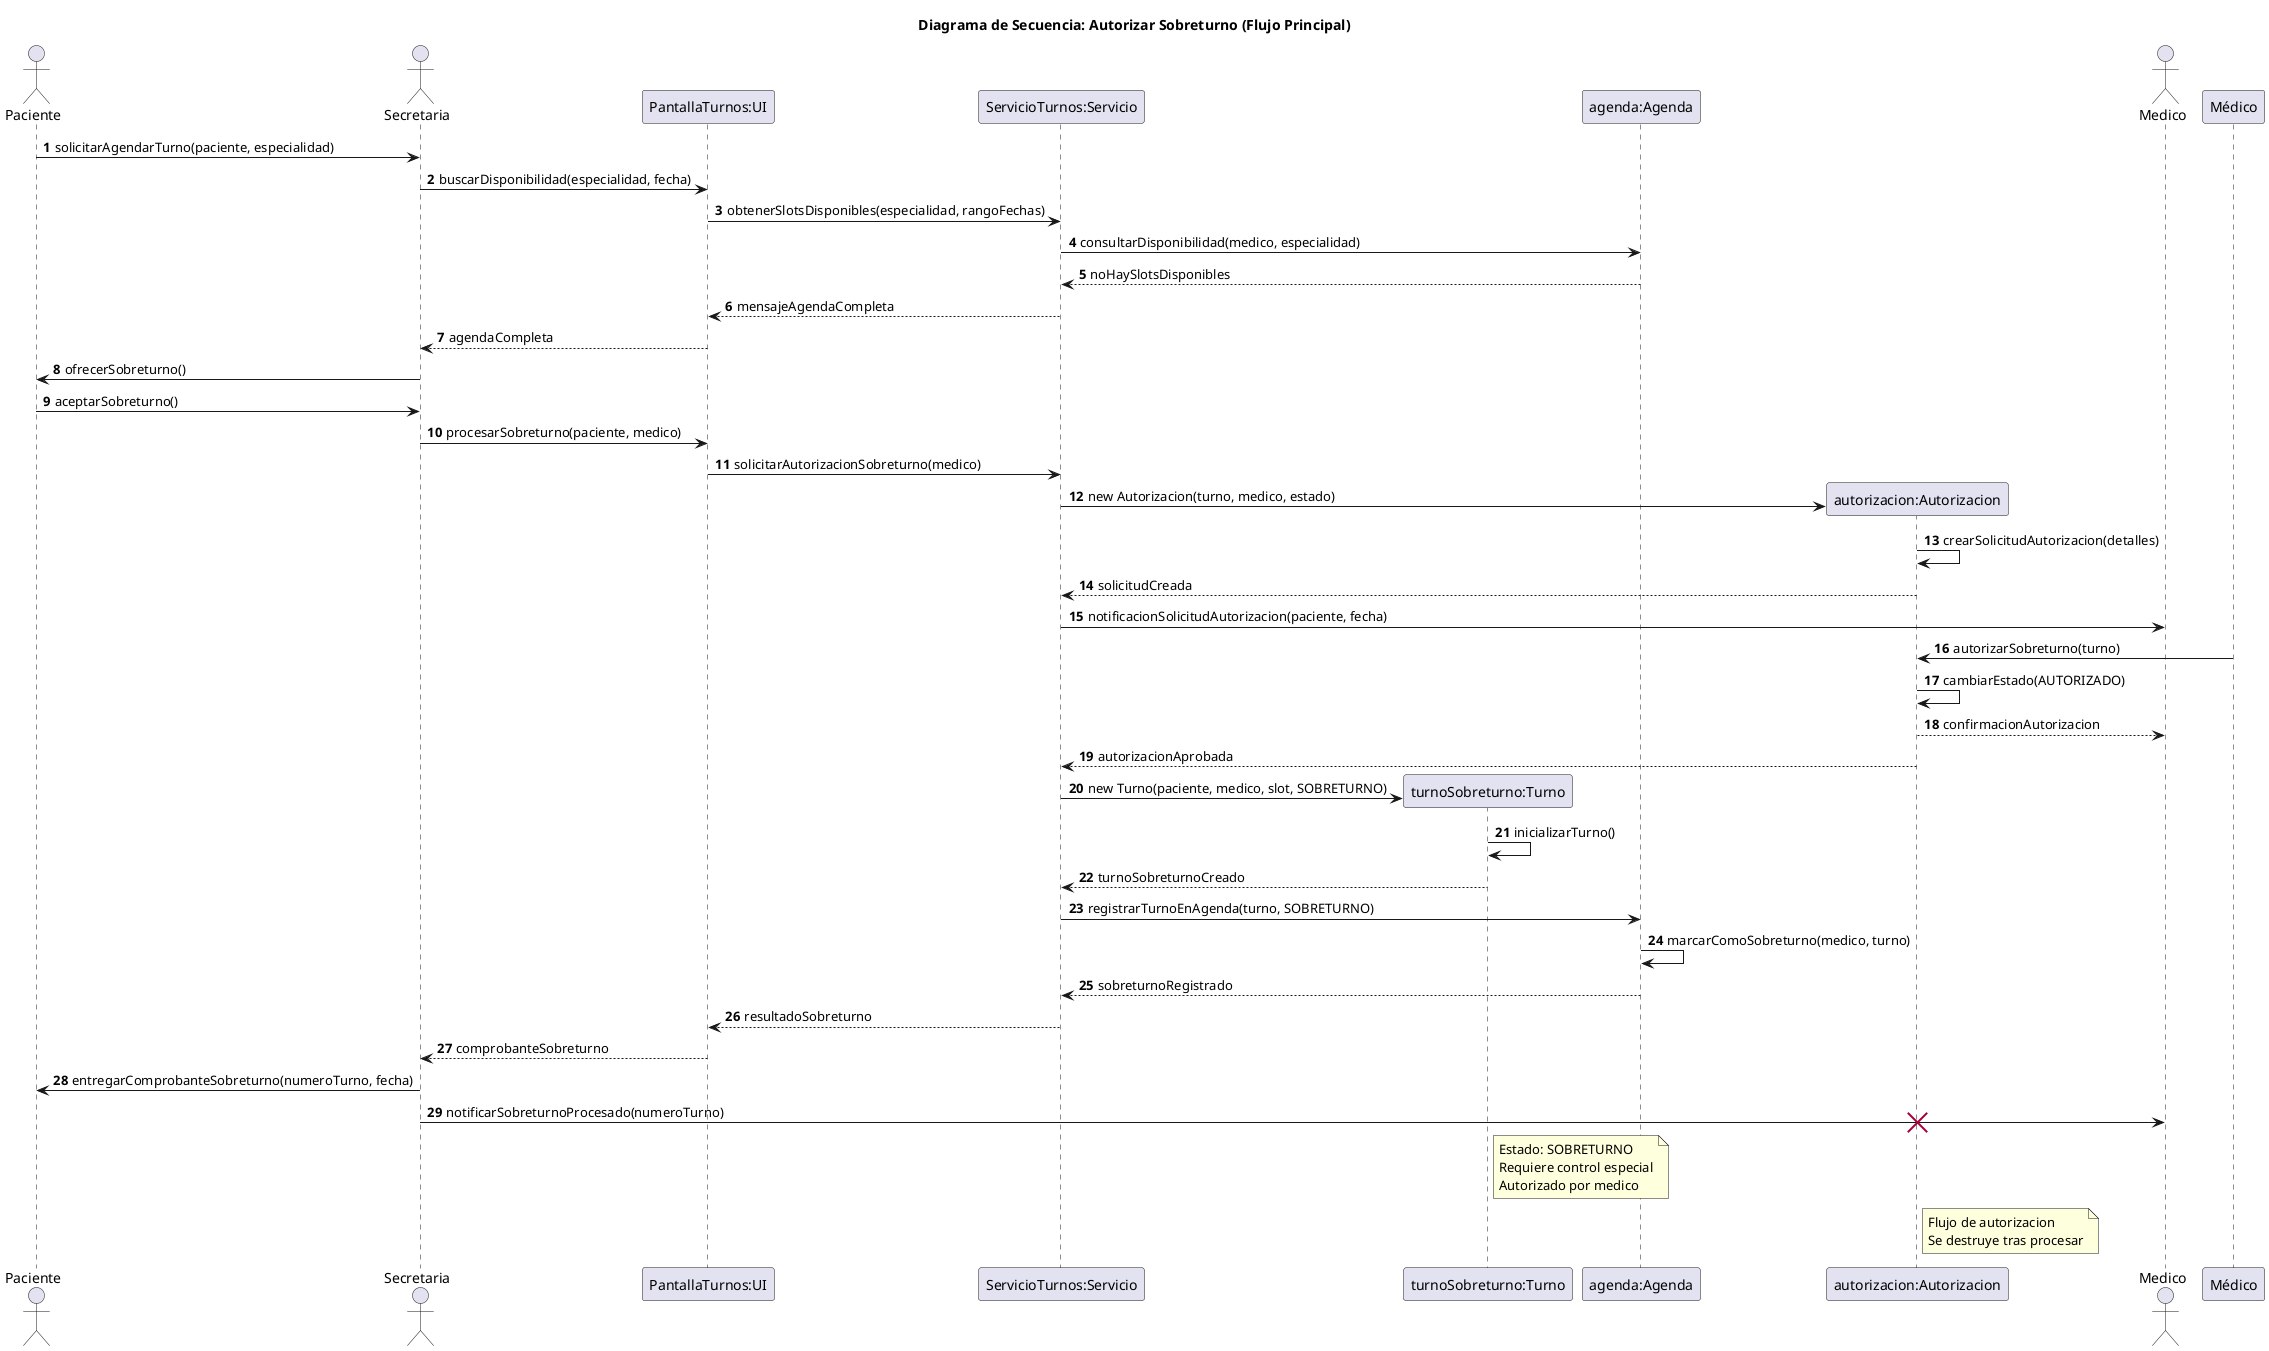
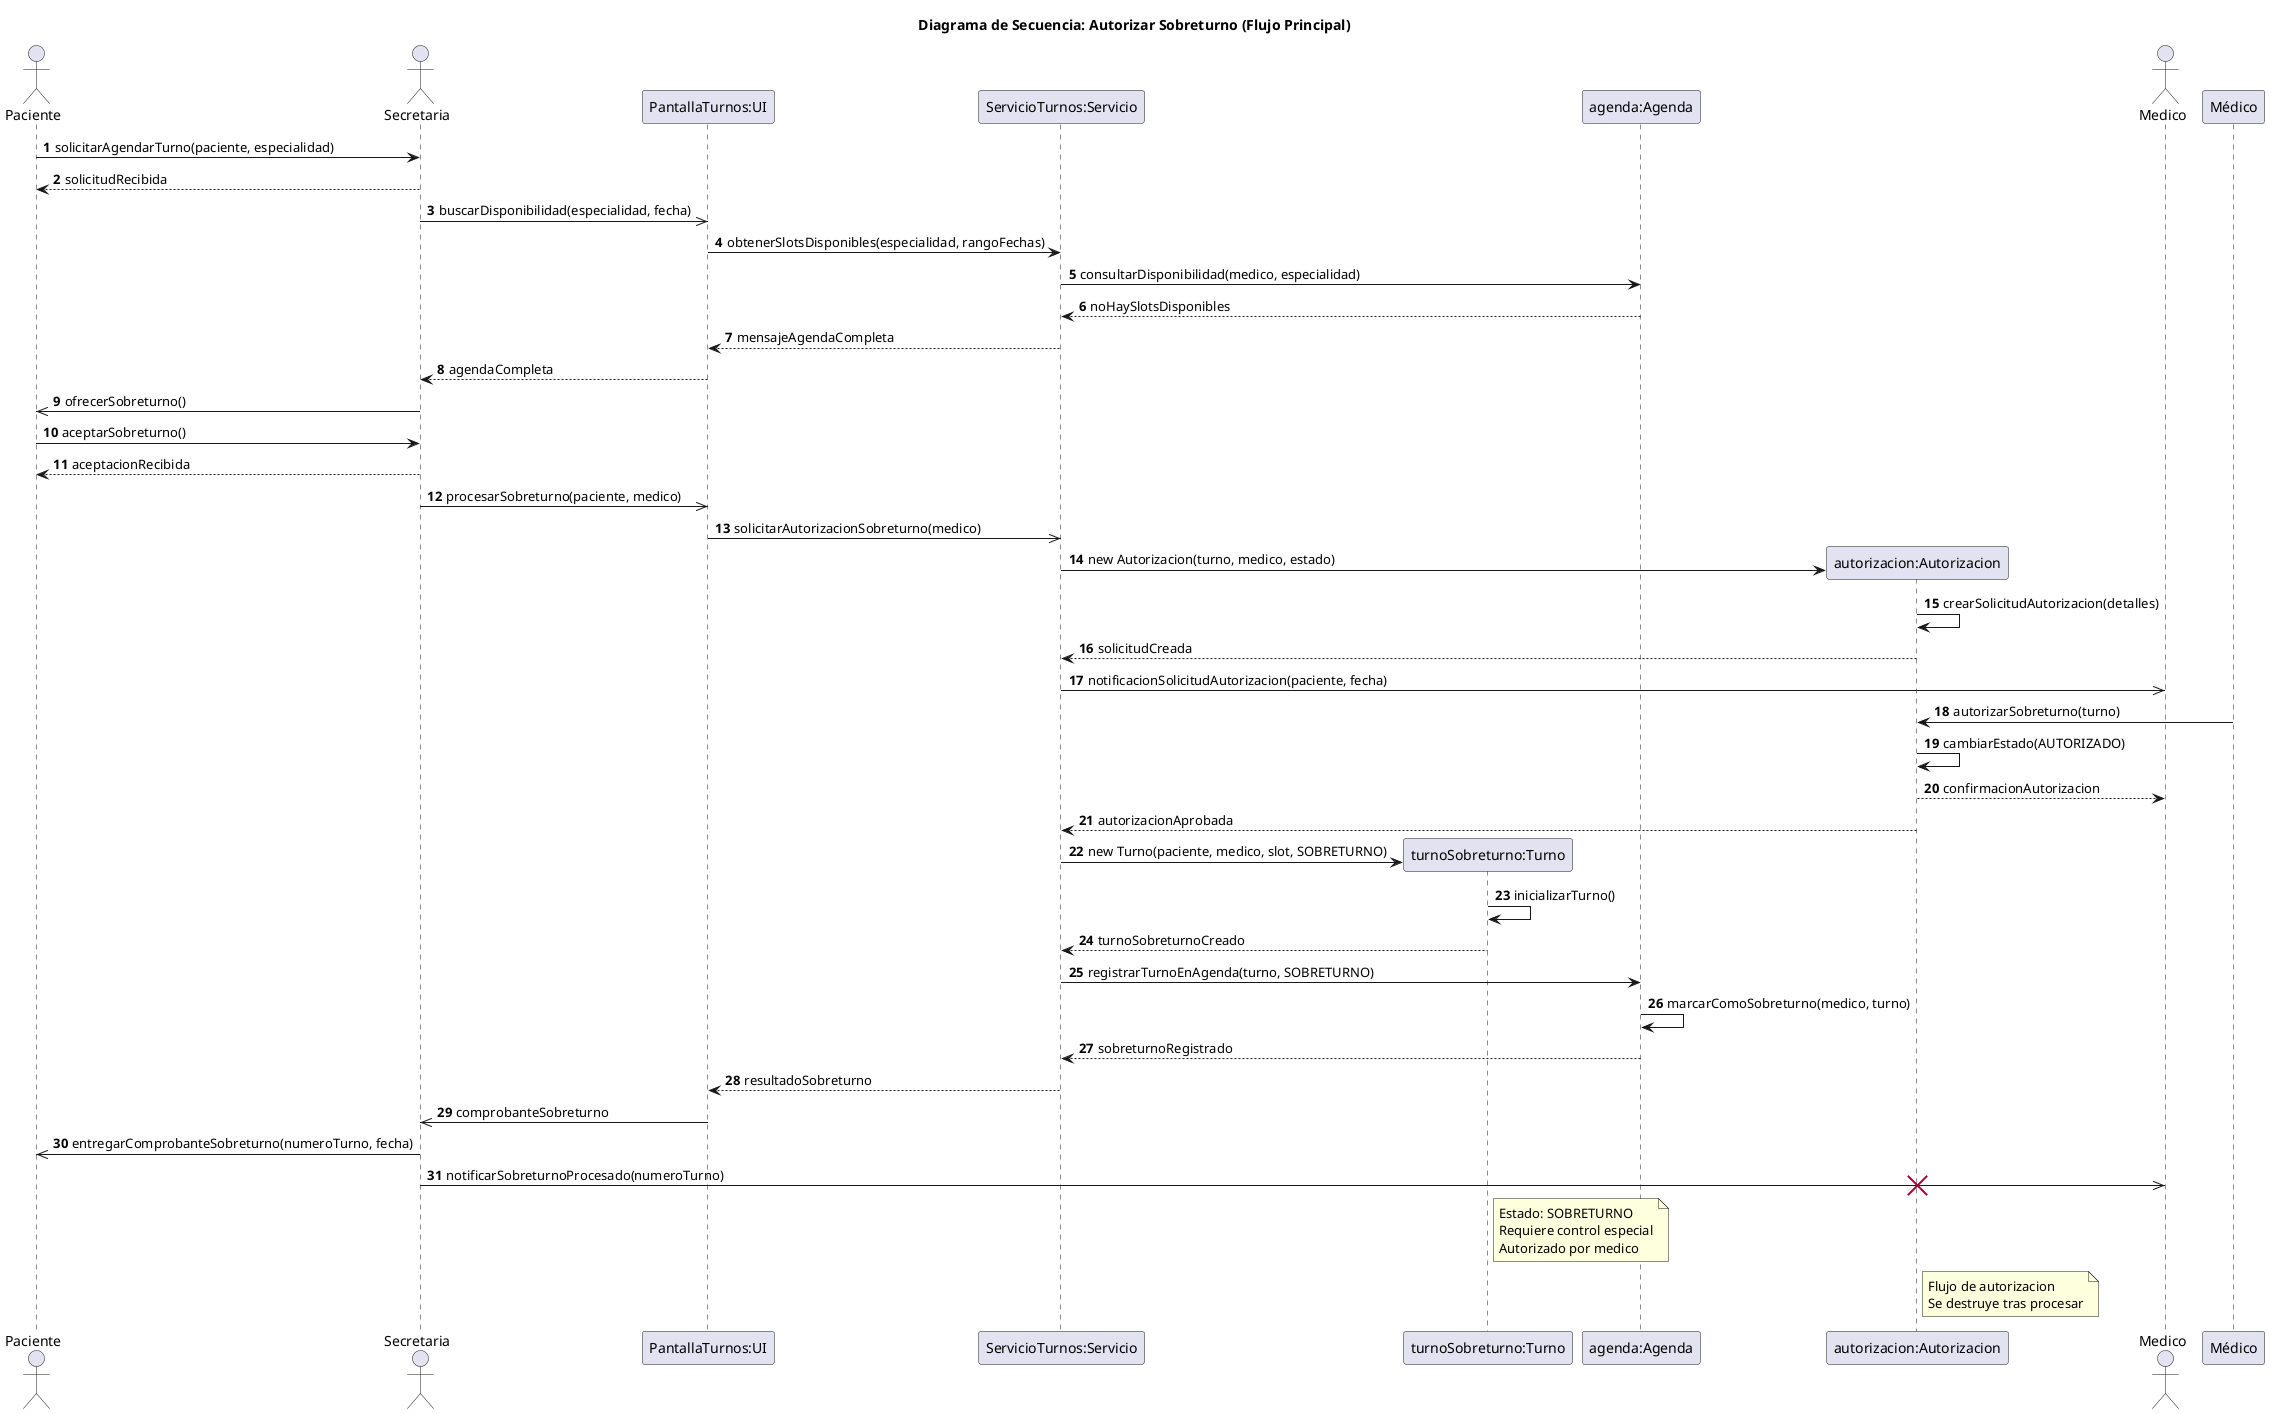
@startuml 05-secuencia-autorizar-sobreturno-flujo-principal-04
title Diagrama de Secuencia: Autorizar Sobreturno (Flujo Principal)

actor Paciente
actor Secretaria
participant "PantallaTurnos:UI" as UI
participant "ServicioTurnos:Servicio" as Servicio
participant "turnoSobreturno:Turno" as Turno
participant "agenda:Agenda" as Agenda
participant "autorizacion:Autorizacion" as Auth
actor Medico

autonumber

Paciente -> Secretaria: solicitarAgendarTurno(paciente, especialidad)
- Secretaria -> UI: buscarDisponibilidad(especialidad, fecha)
+ Secretaria --> Paciente: solicitudRecibida
+ Secretaria ->> UI: buscarDisponibilidad(especialidad, fecha)
UI -> Servicio: obtenerSlotsDisponibles(especialidad, rangoFechas)
Servicio -> Agenda: consultarDisponibilidad(medico, especialidad)
Agenda --> Servicio: noHaySlotsDisponibles
Servicio --> UI: mensajeAgendaCompleta
UI --> Secretaria: agendaCompleta
- Secretaria -> Paciente: ofrecerSobreturno()
+ Secretaria ->> Paciente: ofrecerSobreturno()
Paciente -> Secretaria: aceptarSobreturno()
- Secretaria -> UI: procesarSobreturno(paciente, medico)
- UI -> Servicio: solicitarAutorizacionSobreturno(medico)
+ Secretaria --> Paciente: aceptacionRecibida
+ Secretaria ->> UI: procesarSobreturno(paciente, medico)
+ UI ->> Servicio: solicitarAutorizacionSobreturno(medico)
create Auth
Servicio -> Auth: new Autorizacion(turno, medico, estado)
Auth -> Auth: crearSolicitudAutorizacion(detalles)
Auth --> Servicio: solicitudCreada
- Servicio -> Medico: notificacionSolicitudAutorizacion(paciente, fecha)
+ Servicio ->> Medico: notificacionSolicitudAutorizacion(paciente, fecha)
Médico -> Auth: autorizarSobreturno(turno)
Auth -> Auth: cambiarEstado(AUTORIZADO)
Auth --> Medico: confirmacionAutorizacion
Auth --> Servicio: autorizacionAprobada
create Turno
Servicio -> Turno: new Turno(paciente, medico, slot, SOBRETURNO)
Turno -> Turno: inicializarTurno()
Turno --> Servicio: turnoSobreturnoCreado
Servicio -> Agenda: registrarTurnoEnAgenda(turno, SOBRETURNO)
Agenda -> Agenda: marcarComoSobreturno(medico, turno)
Agenda --> Servicio: sobreturnoRegistrado
Servicio --> UI: resultadoSobreturno
- UI --> Secretaria: comprobanteSobreturno
- Secretaria -> Paciente: entregarComprobanteSobreturno(numeroTurno, fecha)
- Secretaria -> Medico: notificarSobreturnoProcesado(numeroTurno)
+ UI ->> Secretaria: comprobanteSobreturno
+ Secretaria ->> Paciente: entregarComprobanteSobreturno(numeroTurno, fecha)
+ Secretaria ->> Medico: notificarSobreturnoProcesado(numeroTurno)

note right of Turno
  Estado: SOBRETURNO
  Requiere control especial
  Autorizado por medico
end note

note right of Auth
  Flujo de autorizacion
  Se destruye tras procesar
end note

destroy Auth

@enduml
